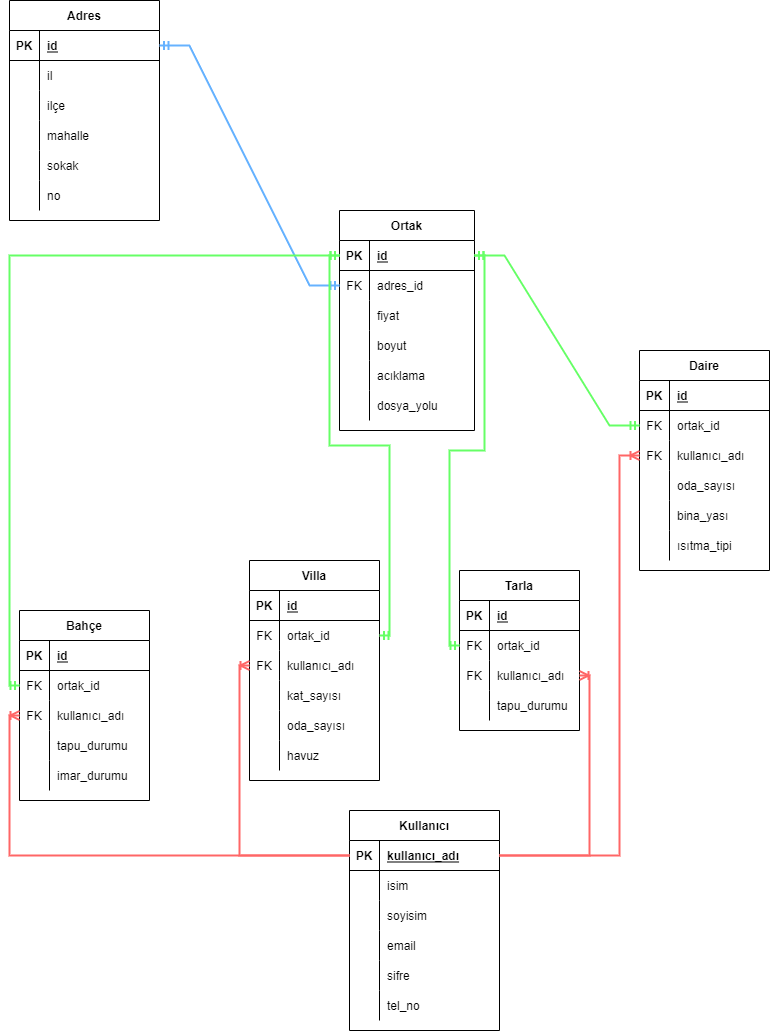
This is docs/er.png from ufukCardak/EmlakSitesi, a draw.io export, as it was before one commit. Source tidied: cells renumbered, new cells last; positions are measured from the earlier drawing's top-left corner, leaving out a move shared by most shapes.
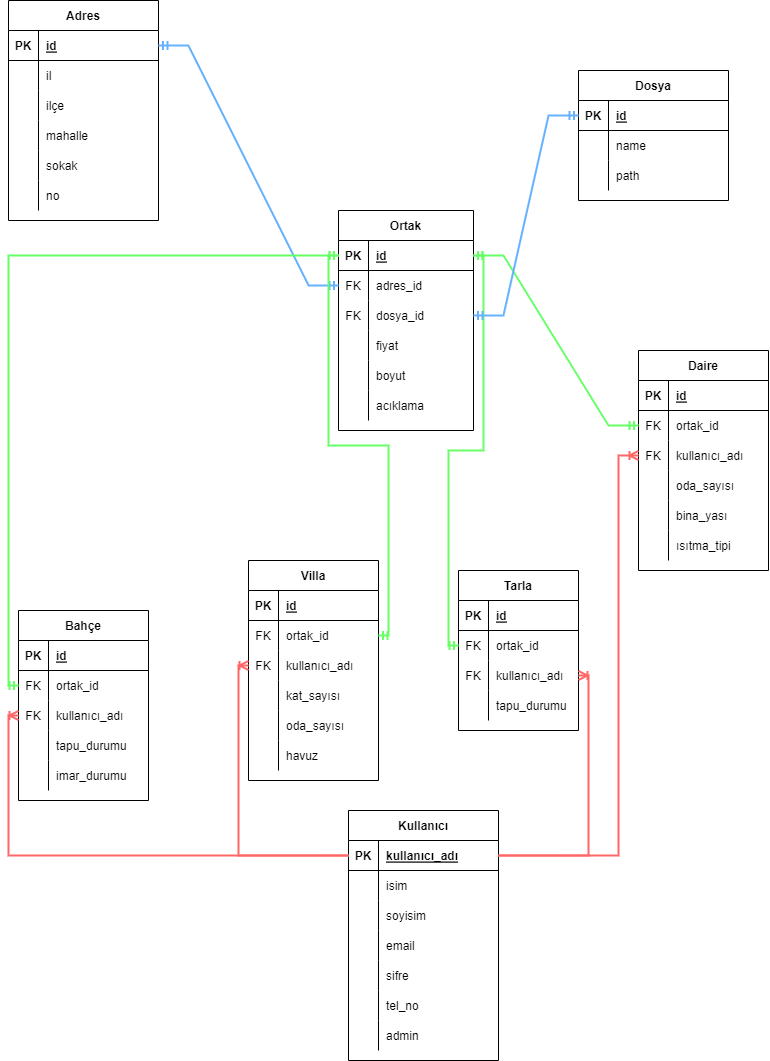
The same diagram one commit later.

The edit, as a diff of the source:
```diff
@@ -23,8 +23,17 @@
     <mxCell id="8" value="adres_id" style="shape=partialRectangle;fillColor=none;top=0;left=0;bottom=0;right=0;align=left;spacingLeft=6;fontStyle=0;overflow=hidden;" parent="6" vertex="1">
       <mxGeometry x="30" width="105" height="30" as="geometry" />
     </mxCell>
+    <mxCell id="135" style="shape=tableRow;horizontal=0;startSize=0;swimlaneHead=0;swimlaneBody=0;fillColor=none;points=[[0,0.5],[1,0.5]];portConstraint=eastwest;top=0;left=0;right=0;bottom=0;" parent="2" vertex="1">
+      <mxGeometry y="90" width="135" height="30" as="geometry" />
+    </mxCell>
+    <mxCell id="136" value="FK" style="shape=partialRectangle;fillColor=none;top=0;left=0;bottom=0;right=0;fontStyle=0;overflow=hidden;" parent="135" vertex="1">
+      <mxGeometry width="30" height="30" as="geometry" />
+    </mxCell>
+    <mxCell id="137" value="dosya_id" style="shape=partialRectangle;fillColor=none;top=0;left=0;bottom=0;right=0;align=left;spacingLeft=6;fontStyle=0;overflow=hidden;" parent="135" vertex="1">
+      <mxGeometry x="30" width="105" height="30" as="geometry" />
+    </mxCell>
     <mxCell id="9" style="shape=tableRow;horizontal=0;startSize=0;swimlaneHead=0;swimlaneBody=0;fillColor=none;top=0;left=0;right=0;bottom=0;" parent="2" vertex="1">
-      <mxGeometry y="90" width="135" height="30" as="geometry" />
+      <mxGeometry y="120" width="135" height="30" as="geometry" />
     </mxCell>
     <mxCell id="10" style="shape=partialRectangle;fillColor=none;top=0;left=0;bottom=0;right=0;overflow=hidden;" parent="9" vertex="1">
       <mxGeometry width="30" height="30" as="geometry" />
@@ -33,7 +42,7 @@
       <mxGeometry x="30" width="105" height="30" as="geometry" />
     </mxCell>
     <mxCell id="12" style="shape=tableRow;horizontal=0;startSize=0;swimlaneHead=0;swimlaneBody=0;fillColor=none;top=0;left=0;right=0;bottom=0;" parent="2" vertex="1">
-      <mxGeometry y="120" width="135" height="30" as="geometry" />
+      <mxGeometry y="150" width="135" height="30" as="geometry" />
     </mxCell>
     <mxCell id="13" style="shape=partialRectangle;fillColor=none;top=0;left=0;bottom=0;right=0;overflow=hidden;" parent="12" vertex="1">
       <mxGeometry width="30" height="30" as="geometry" />
@@ -42,7 +51,7 @@
       <mxGeometry x="30" width="105" height="30" as="geometry" />
     </mxCell>
     <mxCell id="15" style="shape=tableRow;horizontal=0;startSize=0;swimlaneHead=0;swimlaneBody=0;fillColor=none;top=0;left=0;right=0;bottom=0;" parent="2" vertex="1">
-      <mxGeometry y="150" width="135" height="30" as="geometry" />
+      <mxGeometry y="180" width="135" height="30" as="geometry" />
     </mxCell>
     <mxCell id="16" style="shape=partialRectangle;fillColor=none;top=0;left=0;bottom=0;right=0;overflow=hidden;" parent="15" vertex="1">
       <mxGeometry width="30" height="30" as="geometry" />
@@ -50,15 +59,6 @@
     <mxCell id="17" value="acıklama" style="shape=partialRectangle;fillColor=none;top=0;left=0;bottom=0;right=0;align=left;spacingLeft=6;overflow=hidden;" parent="15" vertex="1">
       <mxGeometry x="30" width="105" height="30" as="geometry" />
     </mxCell>
-    <mxCell id="18" style="shape=tableRow;horizontal=0;startSize=0;swimlaneHead=0;swimlaneBody=0;fillColor=none;top=0;left=0;right=0;bottom=0;" parent="2" vertex="1">
-      <mxGeometry y="180" width="135" height="30" as="geometry" />
-    </mxCell>
-    <mxCell id="19" style="shape=partialRectangle;fillColor=none;top=0;left=0;bottom=0;right=0;overflow=hidden;" parent="18" vertex="1">
-      <mxGeometry width="30" height="30" as="geometry" />
-    </mxCell>
-    <mxCell id="20" value="dosya_yolu" style="shape=partialRectangle;fillColor=none;top=0;left=0;bottom=0;right=0;align=left;spacingLeft=6;overflow=hidden;" parent="18" vertex="1">
-      <mxGeometry x="30" width="105" height="30" as="geometry" />
-    </mxCell>
     <mxCell id="21" value="Villa" style="shape=table;startSize=30;rowLines=0;fontStyle=1;align=center;" parent="1" vertex="1">
       <mxGeometry x="240" y="560" width="130" height="220" as="geometry" />
     </mxCell>
@@ -318,7 +318,7 @@
       <mxGeometry x="30" width="120" height="30" as="geometry" />
     </mxCell>
     <mxCell id="107" value="Kullanıcı" style="shape=table;startSize=30;rowLines=0;fontStyle=1;align=center;" parent="1" vertex="1">
-      <mxGeometry x="340" y="810" width="150" height="220" as="geometry" />
+      <mxGeometry x="340" y="810" width="150" height="250" as="geometry" />
     </mxCell>
     <mxCell id="108" style="shape=tableRow;horizontal=0;startSize=0;swimlaneHead=0;swimlaneBody=0;fillColor=none;points=[[0,0.5],[1,0.5]];portConstraint=eastwest;top=0;left=0;right=0;bottom=1;" parent="107" vertex="1">
       <mxGeometry y="30" width="150" height="30" as="geometry" />
@@ -374,6 +374,15 @@
     <mxCell id="125" value="tel_no" style="shape=partialRectangle;fillColor=none;top=0;left=0;bottom=0;right=0;align=left;spacingLeft=6;overflow=hidden;" parent="123" vertex="1">
       <mxGeometry x="30" width="120" height="30" as="geometry" />
     </mxCell>
+    <mxCell id="138" style="shape=tableRow;horizontal=0;startSize=0;swimlaneHead=0;swimlaneBody=0;fillColor=none;top=0;left=0;right=0;bottom=0;" parent="107" vertex="1">
+      <mxGeometry y="210" width="150" height="30" as="geometry" />
+    </mxCell>
+    <mxCell id="139" style="shape=partialRectangle;fillColor=none;top=0;left=0;bottom=0;right=0;overflow=hidden;" parent="138" vertex="1">
+      <mxGeometry width="30" height="30" as="geometry" />
+    </mxCell>
+    <mxCell id="140" value="admin" style="shape=partialRectangle;fillColor=none;top=0;left=0;bottom=0;right=0;align=left;spacingLeft=6;overflow=hidden;" parent="138" vertex="1">
+      <mxGeometry x="30" width="120" height="30" as="geometry" />
+    </mxCell>
     <mxCell id="126" style="edgeStyle=entityRelationEdgeStyle;fontSize=12;html=1;endArrow=ERmandOne;startArrow=ERmandOne;rounded=0;exitX=1;exitY=0.5;exitDx=0;exitDy=0;entryX=0;entryY=0.5;entryDx=0;entryDy=0;strokeWidth=2;fillColor=#1ba1e2;strokeColor=#66B2FF;" parent="1" edge="1" source="89" target="6">
       <mxGeometry relative="1" as="geometry" />
     </mxCell>
@@ -406,5 +415,38 @@
         </Array>
       </mxGeometry>
     </mxCell>
+    <mxCell id="141" value="Dosya" style="shape=table;startSize=30;rowLines=0;fontStyle=1;align=center;" parent="1" vertex="1">
+      <mxGeometry x="570" y="70" width="150" height="130" as="geometry" />
+    </mxCell>
+    <mxCell id="142" style="shape=tableRow;horizontal=0;startSize=0;swimlaneHead=0;swimlaneBody=0;fillColor=none;points=[[0,0.5],[1,0.5]];portConstraint=eastwest;top=0;left=0;right=0;bottom=1;" parent="141" vertex="1">
+      <mxGeometry y="30" width="150" height="30" as="geometry" />
+    </mxCell>
+    <mxCell id="143" value="PK" style="shape=partialRectangle;fillColor=none;top=0;left=0;bottom=0;right=0;fontStyle=1;overflow=hidden;" parent="142" vertex="1">
+      <mxGeometry width="30" height="30" as="geometry" />
+    </mxCell>
+    <mxCell id="144" value="id" style="shape=partialRectangle;fillColor=none;top=0;left=0;bottom=0;right=0;align=left;spacingLeft=6;fontStyle=5;overflow=hidden;" parent="142" vertex="1">
+      <mxGeometry x="30" width="120" height="30" as="geometry" />
+    </mxCell>
+    <mxCell id="145" style="shape=tableRow;horizontal=0;startSize=0;swimlaneHead=0;swimlaneBody=0;fillColor=none;top=0;left=0;right=0;bottom=0;" parent="141" vertex="1">
+      <mxGeometry y="60" width="150" height="30" as="geometry" />
+    </mxCell>
+    <mxCell id="146" style="shape=partialRectangle;fillColor=none;top=0;left=0;bottom=0;right=0;overflow=hidden;" parent="145" vertex="1">
+      <mxGeometry width="30" height="30" as="geometry" />
+    </mxCell>
+    <mxCell id="147" value="name" style="shape=partialRectangle;fillColor=none;top=0;left=0;bottom=0;right=0;align=left;spacingLeft=6;overflow=hidden;" parent="145" vertex="1">
+      <mxGeometry x="30" width="120" height="30" as="geometry" />
+    </mxCell>
+    <mxCell id="148" style="shape=tableRow;horizontal=0;startSize=0;swimlaneHead=0;swimlaneBody=0;fillColor=none;top=0;left=0;right=0;bottom=0;" parent="141" vertex="1">
+      <mxGeometry y="90" width="150" height="30" as="geometry" />
+    </mxCell>
+    <mxCell id="149" style="shape=partialRectangle;fillColor=none;top=0;left=0;bottom=0;right=0;overflow=hidden;" parent="148" vertex="1">
+      <mxGeometry width="30" height="30" as="geometry" />
+    </mxCell>
+    <mxCell id="150" value="path" style="shape=partialRectangle;fillColor=none;top=0;left=0;bottom=0;right=0;align=left;spacingLeft=6;overflow=hidden;" parent="148" vertex="1">
+      <mxGeometry x="30" width="120" height="30" as="geometry" />
+    </mxCell>
+    <mxCell id="151" style="edgeStyle=entityRelationEdgeStyle;fontSize=12;html=1;endArrow=ERmandOne;startArrow=ERmandOne;rounded=0;exitX=1;exitY=0.5;exitDx=0;exitDy=0;entryX=0;entryY=0.5;entryDx=0;entryDy=0;strokeWidth=2;fillColor=#1ba1e2;strokeColor=#66B2FF;" parent="1" edge="1" source="135" target="142">
+      <mxGeometry relative="1" as="geometry" />
+    </mxCell>
   </root>
 </mxGraphModel>
```
